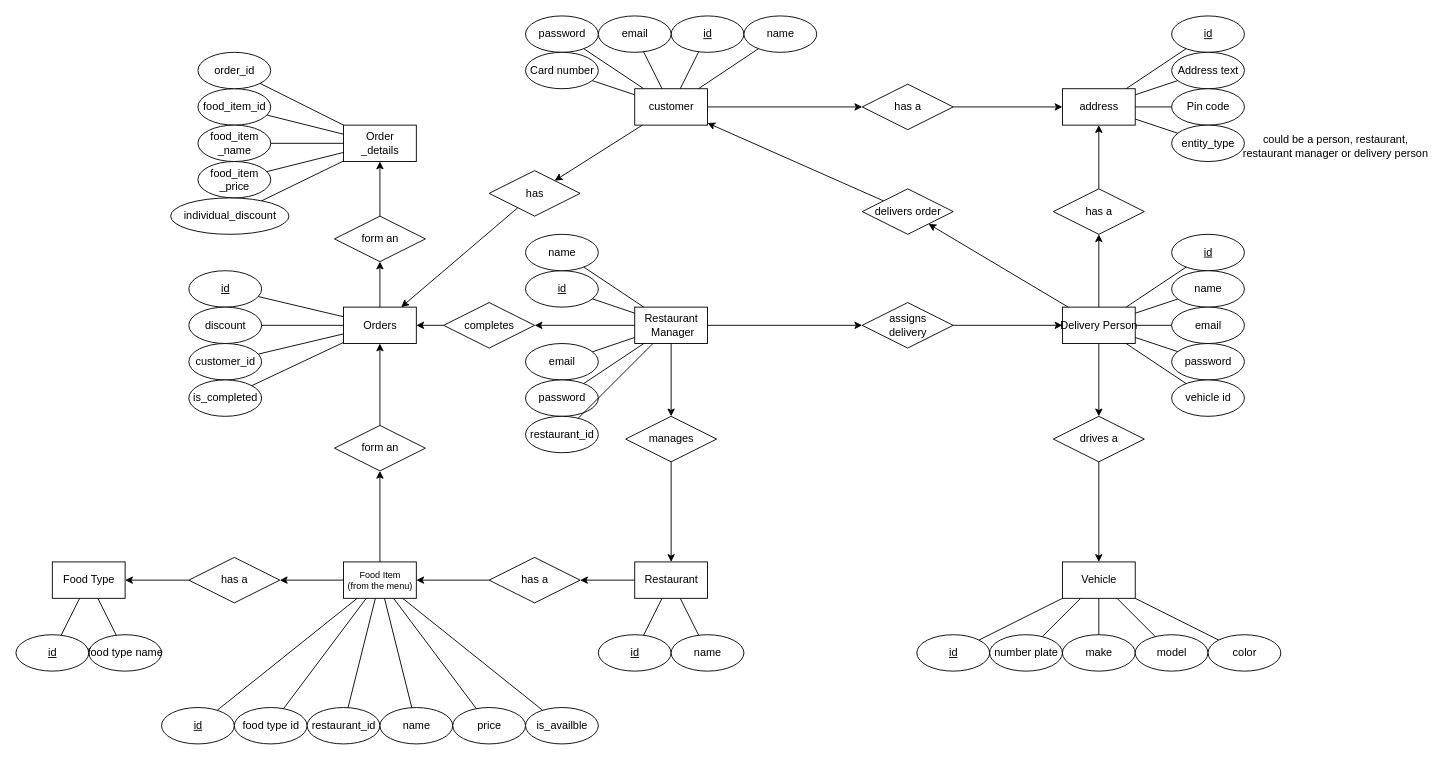
Before: diagrams/ER/ER diagram.drawio in callofthewild/hunger-buzz, a draw.io diagram. Source tidied: cells renumbered, new cells numbered last; positions are measured from the earlier drawing's top-left corner, leaving out a move shared by most shapes. Both pictures are drawn from the tidied source at 91%, with x=0, y=0 at pixel (15, 15).
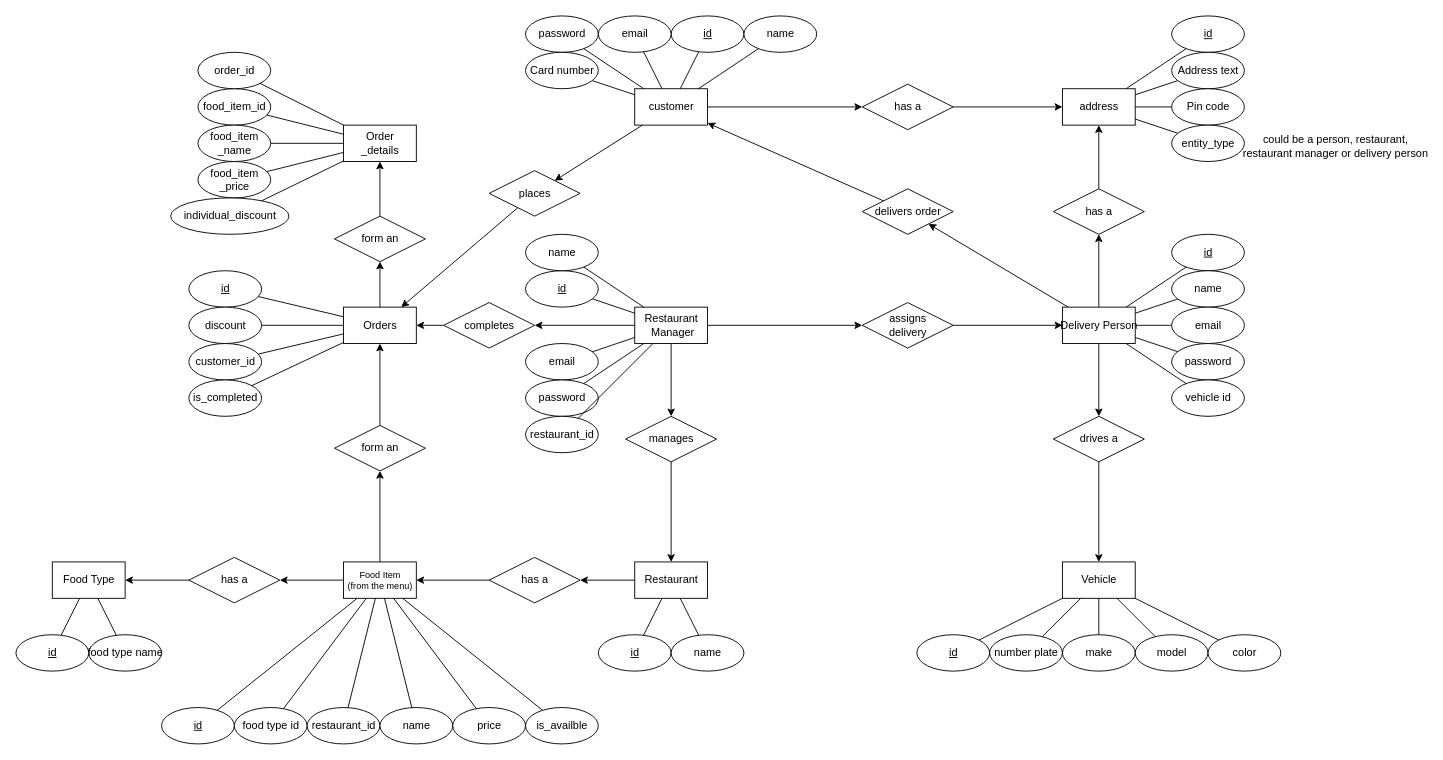
After the change.

Commit message:
customer places an order

Change to the diagram source:
```diff
@@
-    <mxCell id="131" value="has" style="shape=rhombus;perimeter=rhombusPerimeter;html=1;align=center;" parent="1" vertex="1">
+    <mxCell id="131" value="places" style="shape=rhombus;perimeter=rhombusPerimeter;html=1;align=center;" parent="1" vertex="1">
       <mxGeometry x="520" y="170" width="100" height="50" as="geometry" />
     </mxCell>
```
